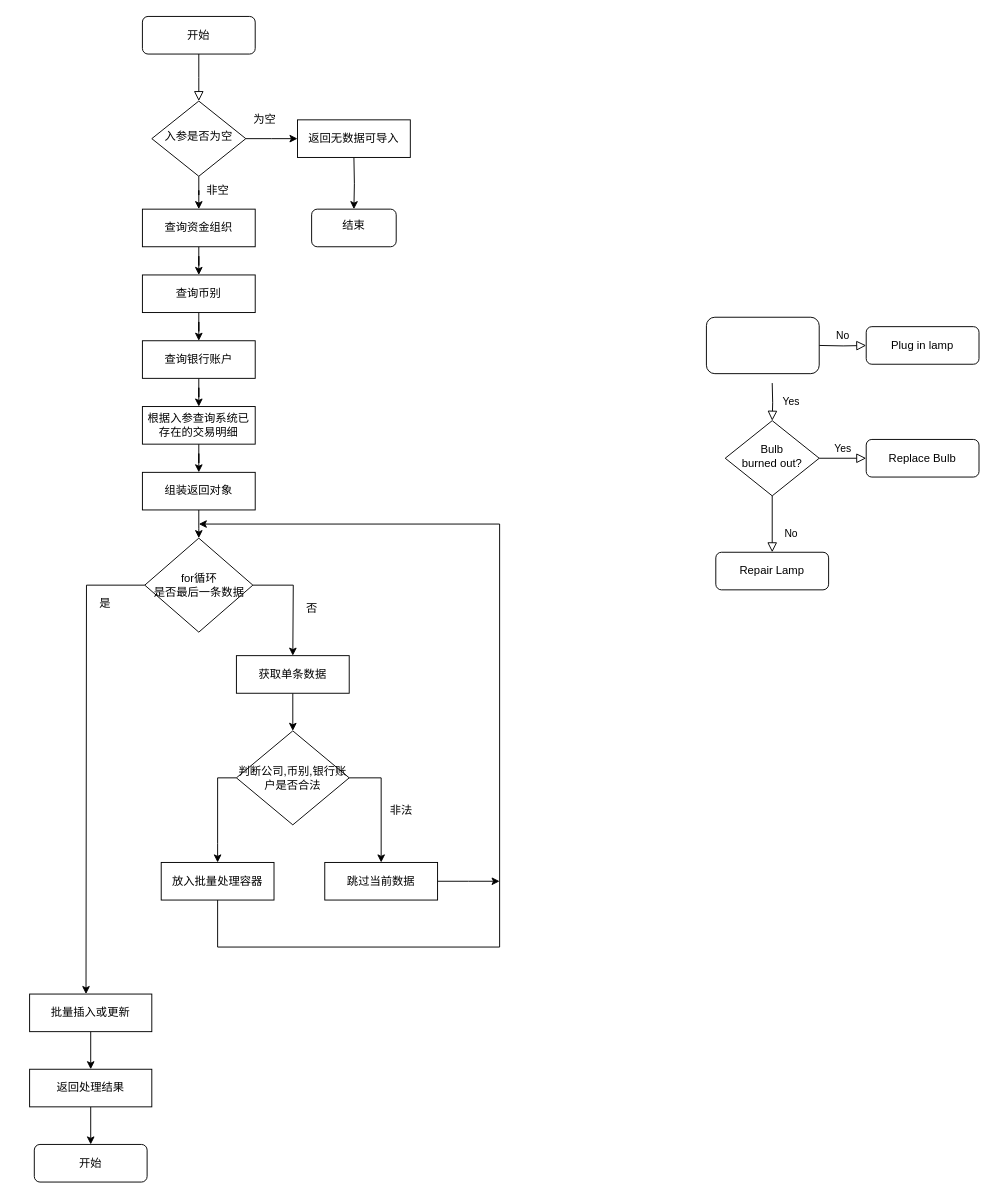
Before: transdetail.drawio in Alphathur/diagram, a draw.io diagram. Source tidied: cells renumbered, new cells numbered last; positions are measured from the earlier drawing's top-left corner, leaving out a move shared by most shapes. Both pictures are drawn from the tidied source at 94%, with x=0, y=0 at pixel (29, 16).
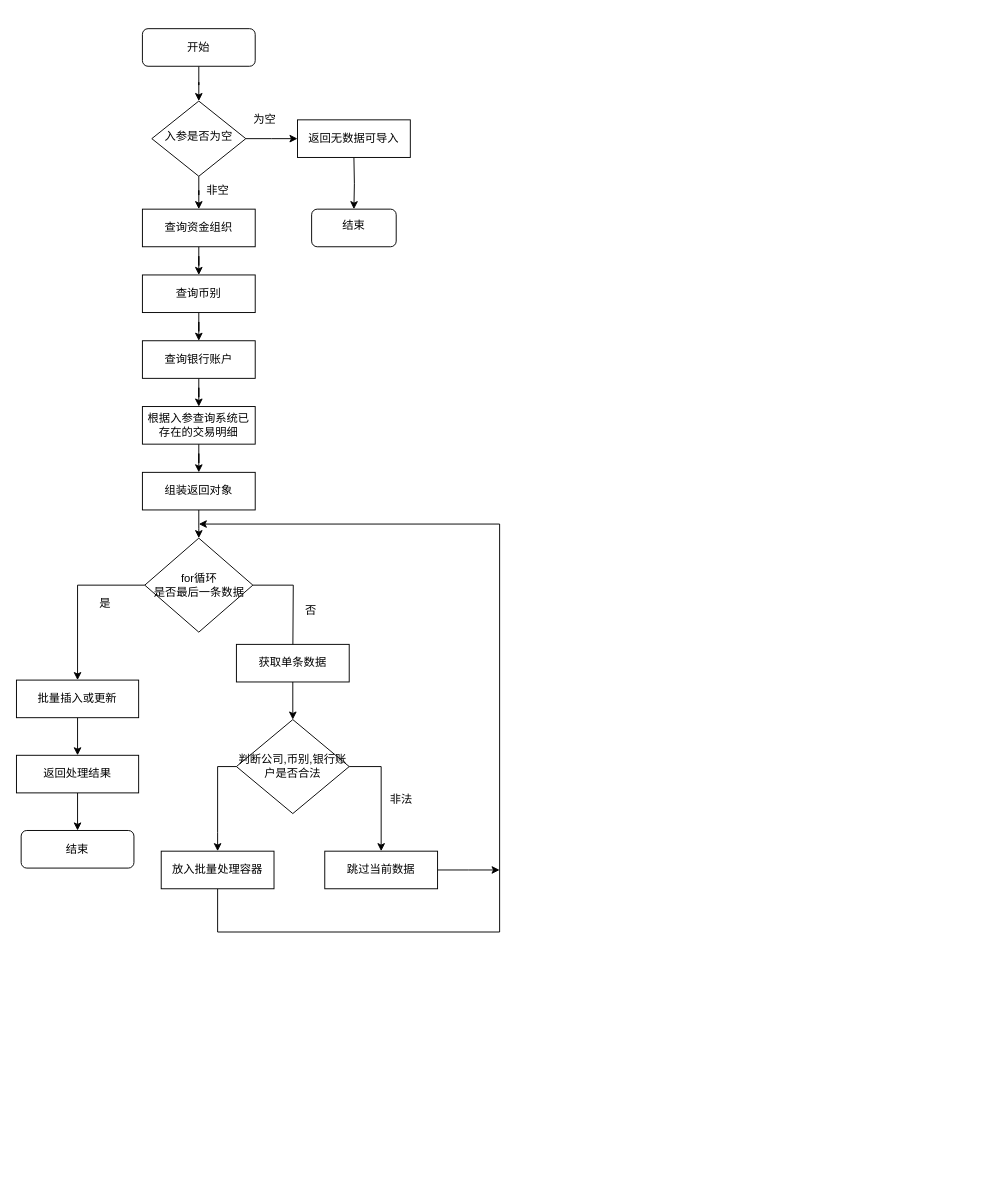
The same diagram, later.

The change refers to these unchanged cells:
```xml
<mxCell id="15" value="入参是否为空" style="rhombus;whiteSpace=wrap;html=1;shadow=0;fontFamily=Helvetica;fontSize=12;align=center;strokeWidth=1;spacing=6;spacingTop=-4;" parent="1" vertex="1">
  <mxGeometry x="130" y="90" width="100" height="80" as="geometry" />
</mxCell>
<mxCell id="33" value="for循环&lt;br&gt;是否最后一条数据" style="rhombus;whiteSpace=wrap;html=1;" parent="1" vertex="1">
  <mxGeometry x="122.5" y="555" width="115" height="100" as="geometry" />
</mxCell>
```

Diff of the diagram source:
```diff
@@
-    <mxCell id="2" style="rounded=0;html=1;jettySize=auto;fontSize=11;endArrow=block;endFill=0;endSize=8;strokeWidth=1;shadow=0;labelBackgroundColor=none;edgeStyle=orthogonalEdgeStyle;" parent="1" edge="1" source="3">
-      <mxGeometry relative="1" as="geometry">
-        <mxPoint x="180" y="90" as="targetPoint" />
-      </mxGeometry>
-    </mxCell>
+    <mxCell id="51" style="edgeStyle=orthogonalEdgeStyle;rounded=0;jettySize=auto;html=1;entryX=0.5;entryY=0;entryDx=0;entryDy=0;" parent="1" edge="1" source="3" target="15">
+      <mxGeometry relative="1" as="geometry" />
+    </mxCell>
     <mxCell id="3" value="开始" style="rounded=1;whiteSpace=wrap;html=1;fontSize=12;glass=0;strokeWidth=1;shadow=0;" parent="1" vertex="1">
-      <mxGeometry x="120" width="120" height="40" as="geometry" />
+      <mxGeometry x="120" y="13" width="120" height="40" as="geometry" />
     </mxCell>
-    <mxCell id="4" value="Yes" style="rounded=0;html=1;jettySize=auto;fontSize=11;endArrow=block;endFill=0;endSize=8;strokeWidth=1;shadow=0;labelBackgroundColor=none;edgeStyle=orthogonalEdgeStyle;" parent="1" edge="1" target="9">
-      <mxGeometry y="20" relative="1" as="geometry">
-        <mxPoint x="790" y="390" as="sourcePoint" />
-      </mxGeometry>
-    </mxCell>
-    <mxCell id="5" value="No" style="edgeStyle=orthogonalEdgeStyle;rounded=0;html=1;jettySize=auto;fontSize=11;endArrow=block;endFill=0;endSize=8;strokeWidth=1;shadow=0;labelBackgroundColor=none;" parent="1" edge="1" target="6">
-      <mxGeometry y="10" relative="1" as="geometry">
-        <mxPoint x="840" y="350" as="sourcePoint" />
-      </mxGeometry>
-    </mxCell>
-    <mxCell id="6" value="Plug in lamp" style="rounded=1;whiteSpace=wrap;html=1;fontSize=12;glass=0;strokeWidth=1;shadow=0;" parent="1" vertex="1">
-      <mxGeometry x="890" y="330" width="120" height="40" as="geometry" />
-    </mxCell>
-    <mxCell id="7" value="No" style="rounded=0;html=1;jettySize=auto;fontSize=11;endArrow=block;endFill=0;endSize=8;strokeWidth=1;shadow=0;labelBackgroundColor=none;edgeStyle=orthogonalEdgeStyle;" parent="1" edge="1" source="9" target="10">
-      <mxGeometry x="0.33" y="20" relative="1" as="geometry" />
-    </mxCell>
-    <mxCell id="8" value="Yes" style="edgeStyle=orthogonalEdgeStyle;rounded=0;html=1;jettySize=auto;fontSize=11;endArrow=block;endFill=0;endSize=8;strokeWidth=1;shadow=0;labelBackgroundColor=none;" parent="1" edge="1" source="9" target="11">
-      <mxGeometry y="10" relative="1" as="geometry" />
-    </mxCell>
-    <mxCell id="9" value="Bulb&lt;br&gt;burned out?" style="rhombus;whiteSpace=wrap;html=1;shadow=0;fontFamily=Helvetica;fontSize=12;align=center;strokeWidth=1;spacing=6;spacingTop=-4;" parent="1" vertex="1">
-      <mxGeometry x="740" y="430" width="100" height="80" as="geometry" />
-    </mxCell>
-    <mxCell id="10" value="Repair Lamp" style="rounded=1;whiteSpace=wrap;html=1;fontSize=12;glass=0;strokeWidth=1;shadow=0;" parent="1" vertex="1">
-      <mxGeometry x="730" y="570" width="120" height="40" as="geometry" />
-    </mxCell>
-    <mxCell id="11" value="Replace Bulb" style="rounded=1;whiteSpace=wrap;html=1;fontSize=12;glass=0;strokeWidth=1;shadow=0;" parent="1" vertex="1">
-      <mxGeometry x="890" y="450" width="120" height="40" as="geometry" />
-    </mxCell>
-    <mxCell id="12" style="rounded=1;whiteSpace=wrap;html=1;" parent="1" vertex="1">
-      <mxGeometry x="720" y="320" width="120" height="60" as="geometry" />
-    </mxCell>
@@
-    <mxCell id="32" style="edgeStyle=orthogonalEdgeStyle;rounded=0;jettySize=auto;html=1;" parent="1" edge="1" source="33">
-      <mxGeometry relative="1" as="geometry">
-        <mxPoint x="60" y="1040" as="targetPoint" />
-      </mxGeometry>
-    </mxCell>
+    <mxCell id="52" style="edgeStyle=orthogonalEdgeStyle;rounded=0;jettySize=auto;html=1;" parent="1" edge="1" source="33" target="47">
+      <mxGeometry relative="1" as="geometry" />
+    </mxCell>
@@
     <mxCell id="35" value="获取单条数据" style="rounded=0;whiteSpace=wrap;html=1;" parent="1" vertex="1">
-      <mxGeometry x="220" y="680" width="120" height="40" as="geometry" />
+      <mxGeometry x="220" y="668" width="120" height="40" as="geometry" />
     </mxCell>
     <mxCell id="36" style="edgeStyle=orthogonalEdgeStyle;rounded=0;jettySize=auto;html=1;" parent="1" edge="1" source="38" target="40">
       <mxGeometry relative="1" as="geometry">
         <Array as="points">
-          <mxPoint x="374" y="810" />
+          <mxPoint x="374" y="798" />
         </Array>
       </mxGeometry>
     </mxCell>
     <mxCell id="37" style="edgeStyle=orthogonalEdgeStyle;rounded=0;jettySize=auto;html=1;" parent="1" edge="1" source="38">
       <mxGeometry relative="1" as="geometry">
-        <mxPoint x="200" y="900" as="targetPoint" />
+        <mxPoint x="200" y="888" as="targetPoint" />
       </mxGeometry>
     </mxCell>
     <mxCell id="38" value="判断公司,币别,银行账户是否合法" style="rhombus;whiteSpace=wrap;html=1;" parent="1" vertex="1">
-      <mxGeometry x="220" y="760" width="120" height="100" as="geometry" />
+      <mxGeometry x="220" y="748" width="120" height="100" as="geometry" />
     </mxCell>
     <mxCell id="39" style="edgeStyle=orthogonalEdgeStyle;rounded=0;jettySize=auto;html=1;" parent="1" edge="1" source="40">
       <mxGeometry relative="1" as="geometry">
-        <mxPoint x="500" y="920" as="targetPoint" />
+        <mxPoint x="500" y="908" as="targetPoint" />
       </mxGeometry>
     </mxCell>
     <mxCell id="40" value="跳过当前数据" style="rounded=0;whiteSpace=wrap;html=1;" parent="1" vertex="1">
-      <mxGeometry x="314" y="900" width="120" height="40" as="geometry" />
+      <mxGeometry x="314" y="888" width="120" height="40" as="geometry" />
     </mxCell>
     <mxCell id="41" value="非法" style="text;html=1;align=center;verticalAlign=middle;strokeColor=none;fillColor=none;" parent="1" vertex="1">
-      <mxGeometry x="370" y="830" width="50" height="30" as="geometry" />
+      <mxGeometry x="370" y="818" width="50" height="30" as="geometry" />
     </mxCell>
     <mxCell id="42" style="edgeStyle=orthogonalEdgeStyle;rounded=0;jettySize=auto;html=1;" parent="1" edge="1" source="43">
       <mxGeometry relative="1" as="geometry">
         <mxPoint x="180" y="540" as="targetPoint" />
         <Array as="points">
-          <mxPoint x="200" y="990" />
-          <mxPoint x="500" y="990" />
+          <mxPoint x="200" y="974" />
+          <mxPoint x="500" y="974" />
           <mxPoint x="500" y="540" />
         </Array>
       </mxGeometry>
     </mxCell>
     <mxCell id="43" value="放入批量处理容器" style="rounded=0;whiteSpace=wrap;html=1;" parent="1" vertex="1">
-      <mxGeometry x="140" y="900" width="120" height="40" as="geometry" />
+      <mxGeometry x="140" y="888" width="120" height="40" as="geometry" />
     </mxCell>
-    <mxCell id="44" value="否" style="text;html=1;align=center;verticalAlign=middle;strokeColor=none;fillColor=none;" parent="1" vertex="1">
-      <mxGeometry x="280" y="615" width="40" height="30" as="geometry" />
-    </mxCell>
@@
     <mxCell id="47" value="批量插入或更新" style="rounded=0;whiteSpace=wrap;html=1;" parent="1" vertex="1">
-      <mxGeometry y="1040" width="130" height="40" as="geometry" />
+      <mxGeometry x="-14" y="706" width="130" height="40" as="geometry" />
     </mxCell>
@@
     <mxCell id="49" value="返回处理结果" style="rounded=0;whiteSpace=wrap;html=1;" parent="1" vertex="1">
-      <mxGeometry y="1120" width="130" height="40" as="geometry" />
+      <mxGeometry x="-14" y="786" width="130" height="40" as="geometry" />
     </mxCell>
-    <mxCell id="50" value="开始" style="rounded=1;whiteSpace=wrap;html=1;fontSize=12;glass=0;strokeWidth=1;shadow=0;" parent="1" vertex="1">
-      <mxGeometry x="5" y="1200" width="120" height="40" as="geometry" />
+    <mxCell id="50" value="结束" style="rounded=1;whiteSpace=wrap;html=1;fontSize=12;glass=0;strokeWidth=1;shadow=0;" parent="1" vertex="1">
+      <mxGeometry x="-9" y="866" width="120" height="40" as="geometry" />
     </mxCell>
+    <mxCell id="44" value="否" style="text;html=1;align=center;verticalAlign=middle;strokeColor=none;fillColor=none;" parent="1" vertex="1">
+      <mxGeometry x="284" y="619" width="30" height="26" as="geometry" />
+    </mxCell>
```
